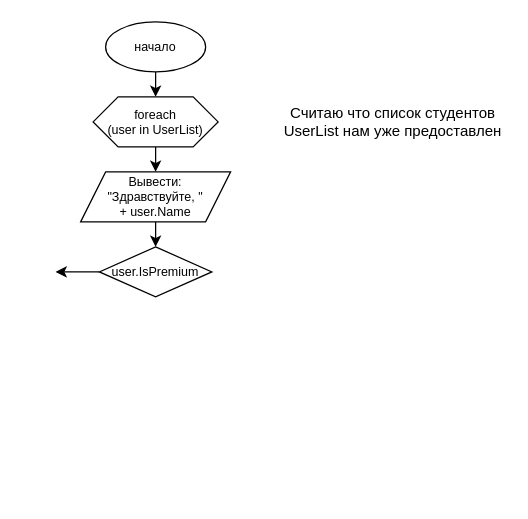
Above: SF12_1_5.drawio in mekrav/SF_Tasks (draw.io), before the change. Source tidied: cells renumbered, new cells numbered last; positions are measured from the earlier drawing's top-left corner, leaving out a move shared by most shapes. Both pictures are drawn from the tidied source at 125%, with x=0, y=0 at pixel (55, 21).
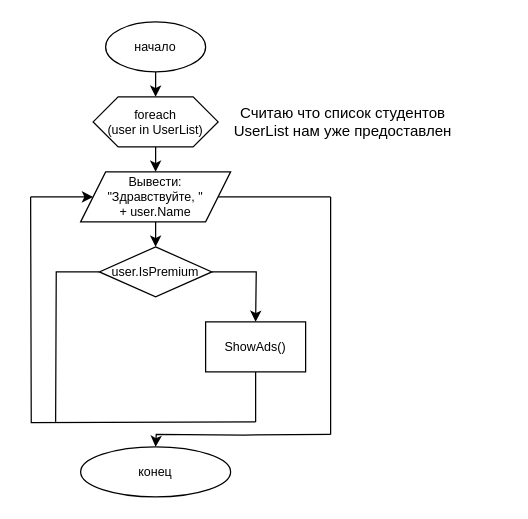
The same diagram, later.

Unchanged cells that the change refers to:
```xml
<mxCell id="6" value="Вывести: &lt;br&gt;&quot;Здравствуйте, &quot; &lt;br&gt;+ user.Name" style="shape=parallelogram;perimeter=parallelogramPerimeter;whiteSpace=wrap;html=1;fixedSize=1;fontSize=10;" parent="1" vertex="1">
  <mxGeometry x="20" y="120" width="120" height="40" as="geometry" />
</mxCell>
<mxCell id="8" value="user.IsPremium" style="rhombus;whiteSpace=wrap;html=1;fontSize=10;" parent="1" vertex="1">
  <mxGeometry x="35" y="180" width="90" height="40" as="geometry" />
</mxCell>
```

What changed in the source:
```diff
@@
     <mxCell id="5" value="Считаю что список студентов UserList нам уже предоставлен" style="text;html=1;strokeColor=none;fillColor=none;align=center;verticalAlign=middle;whiteSpace=wrap;rounded=0;" parent="1" vertex="1">
-      <mxGeometry x="180" y="60" width="180" height="40" as="geometry" />
+      <mxGeometry x="140" y="60" width="180" height="40" as="geometry" />
     </mxCell>
@@
-    <mxCell id="10" style="endArrow=classic;html=1;rounded=0;fontSize=10;exitX=0;exitY=0.5;exitDx=0;exitDy=0;" parent="1" edge="1" source="8">
-      <mxGeometry relative="1" as="geometry">
-        <mxPoint y="200" as="targetPoint" />
-      </mxGeometry>
-    </mxCell>
+    <mxCell id="11" style="endArrow=classic;html=1;rounded=0;fontSize=10;exitX=1;exitY=0.5;exitDx=0;exitDy=0;edgeStyle=orthogonalEdgeStyle;" parent="1" edge="1" source="8">
+      <mxGeometry relative="1" as="geometry">
+        <mxPoint x="160" y="240" as="targetPoint" />
+      </mxGeometry>
+    </mxCell>
+    <mxCell id="12" value="ShowAds()" style="rounded=0;whiteSpace=wrap;html=1;fontSize=10;" parent="1" vertex="1">
+      <mxGeometry x="120" y="240" width="80" height="40" as="geometry" />
+    </mxCell>
+    <mxCell id="13" style="endArrow=none;html=1;rounded=0;fontSize=10;exitX=0.5;exitY=1;exitDx=0;exitDy=0;" parent="1" edge="1" source="12">
+      <mxGeometry relative="1" as="geometry">
+        <mxPoint x="160" y="320" as="targetPoint" />
+      </mxGeometry>
+    </mxCell>
+    <mxCell id="14" style="endArrow=none;html=1;rounded=0;fontSize=10;exitX=0;exitY=0.5;exitDx=0;exitDy=0;edgeStyle=orthogonalEdgeStyle;" parent="1" edge="1" source="8">
+      <mxGeometry relative="1" as="geometry">
+        <mxPoint y="320" as="targetPoint" />
+      </mxGeometry>
+    </mxCell>
+    <mxCell id="15" style="endArrow=none;html=1;rounded=0;fontSize=10;edgeStyle=orthogonalEdgeStyle;" parent="1" edge="1">
+      <mxGeometry relative="1" as="geometry">
+        <mxPoint x="160" y="320" as="sourcePoint" />
+        <mxPoint x="-20" y="140" as="targetPoint" />
+      </mxGeometry>
+    </mxCell>
+    <mxCell id="16" style="endArrow=classic;html=1;rounded=0;fontSize=10;entryX=0;entryY=0.5;entryDx=0;entryDy=0;" parent="1" edge="1" target="6">
+      <mxGeometry relative="1" as="geometry">
+        <mxPoint x="-20" y="140" as="sourcePoint" />
+      </mxGeometry>
+    </mxCell>
+    <mxCell id="17" style="endArrow=none;html=1;rounded=0;fontSize=10;entryX=1;entryY=0.5;entryDx=0;entryDy=0;" parent="1" edge="1" target="6">
+      <mxGeometry relative="1" as="geometry">
+        <mxPoint x="220" y="140" as="sourcePoint" />
+      </mxGeometry>
+    </mxCell>
+    <mxCell id="18" style="endArrow=none;html=1;rounded=0;fontSize=10;" parent="1" edge="1">
+      <mxGeometry relative="1" as="geometry">
+        <mxPoint x="220" y="330" as="sourcePoint" />
+        <mxPoint x="220" y="140" as="targetPoint" />
+      </mxGeometry>
+    </mxCell>
+    <mxCell id="19" style="endArrow=classic;html=1;rounded=0;fontSize=10;edgeStyle=orthogonalEdgeStyle;" parent="1" edge="1">
+      <mxGeometry relative="1" as="geometry">
+        <mxPoint x="220" y="330" as="sourcePoint" />
+        <mxPoint x="80" y="340" as="targetPoint" />
+      </mxGeometry>
+    </mxCell>
+    <mxCell id="20" value="конец" style="ellipse;whiteSpace=wrap;html=1;fontSize=10;" parent="1" vertex="1">
+      <mxGeometry x="20" y="340" width="120" height="40" as="geometry" />
+    </mxCell>
```
